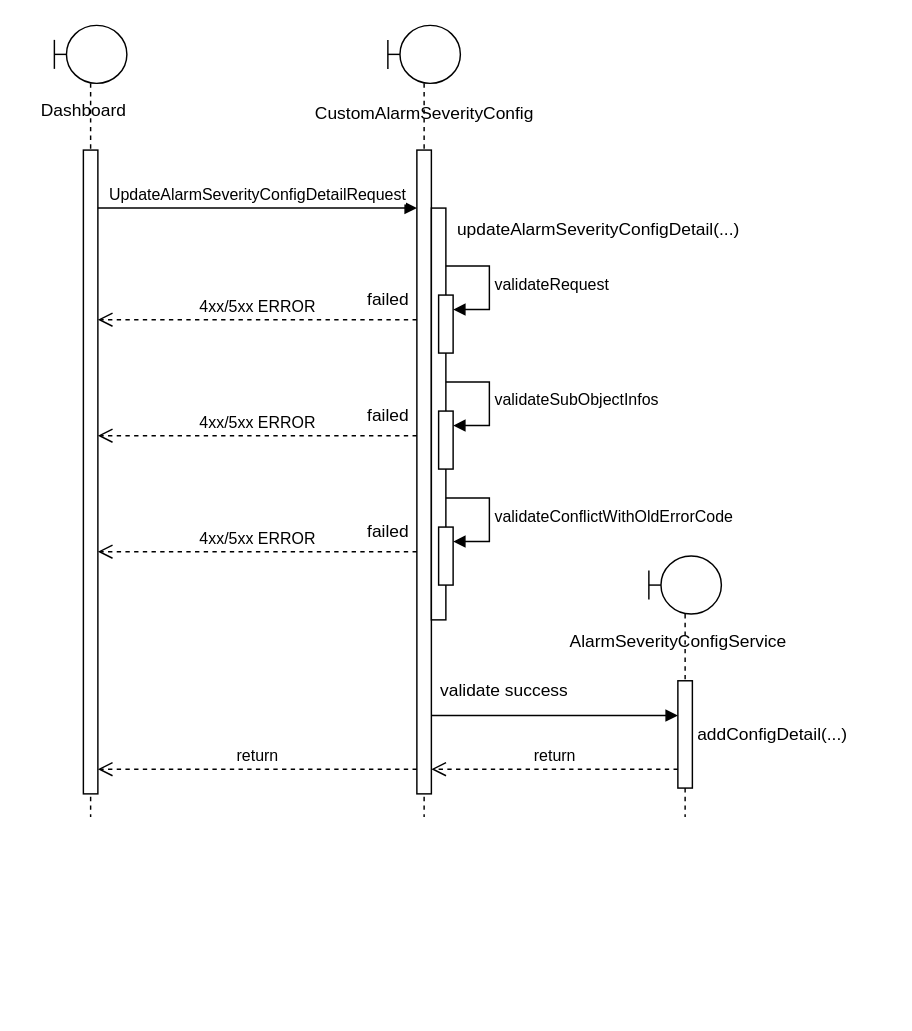
Earlier version of the draw.io diagram page "Sửa cấu hình" (4 of 5) of change_alarm_severity.drawio (hiep1097/drawio). Source tidied: cells renumbered, new cells numbered last; positions are measured from the earlier drawing's top-left corner, leaving out a move shared by most shapes. Both pictures are drawn from the tidied source at 145%, with x=0, y=0 at pixel (25, 25).
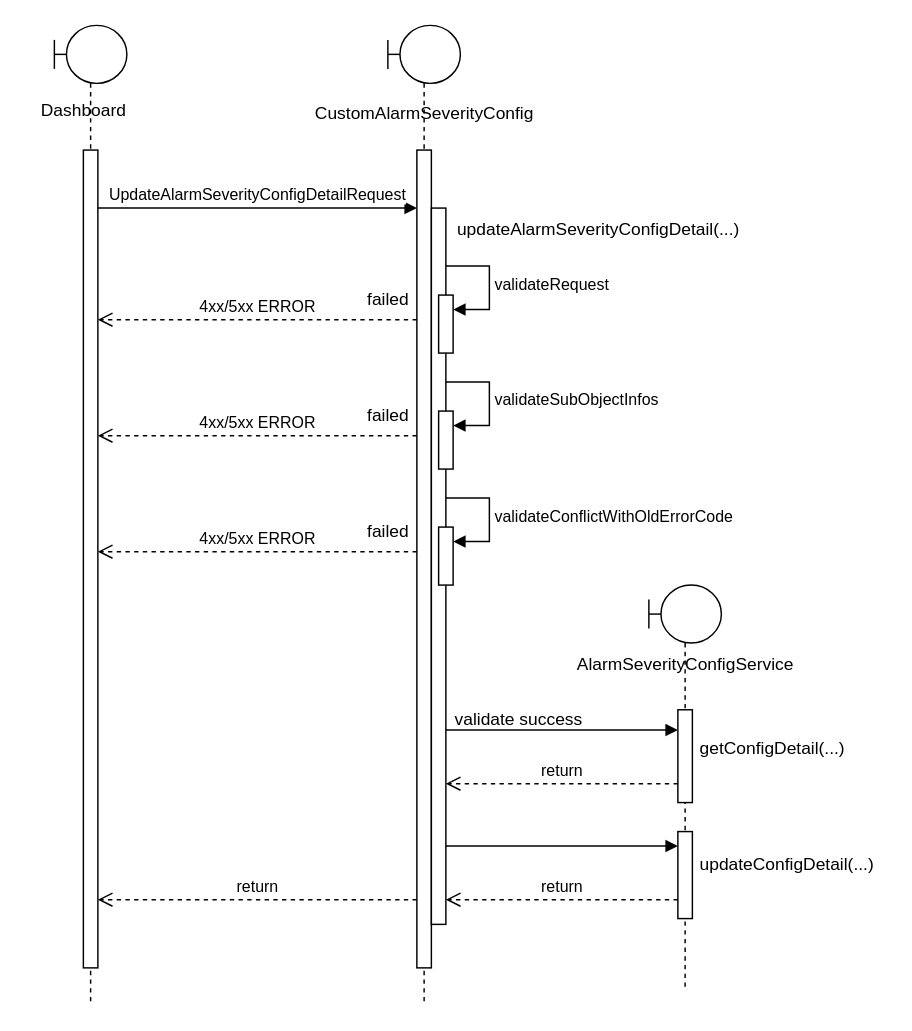
Above is the later version.

What changed in the source:
```diff
@@
     <mxCell id="2" style="shape=umlLifeline;perimeter=lifelinePerimeter;whiteSpace=wrap;html=1;newEdgeStyle={&quot;edgeStyle&quot;:&quot;elbowEdgeStyle&quot;,&quot;elbow&quot;:&quot;vertical&quot;,&quot;curved&quot;:0,&quot;rounded&quot;:0};participant=umlBoundary;" parent="1" vertex="1">
-      <mxGeometry x="250" width="50" height="546" as="geometry" />
+      <mxGeometry x="250" width="50" height="676" as="geometry" />
     </mxCell>
     <mxCell id="3" style="html=1;points=[];perimeter=orthogonalPerimeter;outlineConnect=0;targetShapes=umlLifeline;portConstraint=eastwest;newEdgeStyle={&quot;edgeStyle&quot;:&quot;elbowEdgeStyle&quot;,&quot;elbow&quot;:&quot;vertical&quot;,&quot;curved&quot;:0,&quot;rounded&quot;:0};" parent="2" vertex="1">
-      <mxGeometry x="20" y="86" width="10" height="444" as="geometry" />
+      <mxGeometry x="20" y="86" width="10" height="564" as="geometry" />
     </mxCell>
     <mxCell id="4" style="html=1;points=[];perimeter=orthogonalPerimeter;outlineConnect=0;targetShapes=umlLifeline;portConstraint=eastwest;newEdgeStyle={&quot;edgeStyle&quot;:&quot;elbowEdgeStyle&quot;,&quot;elbow&quot;:&quot;vertical&quot;,&quot;curved&quot;:0,&quot;rounded&quot;:0};" parent="2" vertex="1">
-      <mxGeometry x="30" y="126" width="10" height="284" as="geometry" />
+      <mxGeometry x="30" y="126" width="10" height="494" as="geometry" />
     </mxCell>
@@
     <mxCell id="6" style="shape=umlLifeline;perimeter=lifelinePerimeter;whiteSpace=wrap;html=1;newEdgeStyle={&quot;edgeStyle&quot;:&quot;elbowEdgeStyle&quot;,&quot;elbow&quot;:&quot;vertical&quot;,&quot;curved&quot;:0,&quot;rounded&quot;:0};participant=umlBoundary;" parent="1" vertex="1">
-      <mxGeometry x="20" width="50" height="546" as="geometry" />
+      <mxGeometry x="20" width="50" height="676" as="geometry" />
     </mxCell>
     <mxCell id="7" style="html=1;perimeter=orthogonalPerimeter;targetShapes=umlLifeline;newEdgeStyle={&quot;edgeStyle&quot;:&quot;elbowEdgeStyle&quot;,&quot;elbow&quot;:&quot;vertical&quot;,&quot;curved&quot;:0,&quot;rounded&quot;:0};" parent="6" vertex="1">
-      <mxGeometry x="20" y="86" width="10" height="444" as="geometry" />
+      <mxGeometry x="20" y="86" width="10" height="564" as="geometry" />
     </mxCell>
@@
     <mxCell id="11" value="return" style="html=1;verticalAlign=bottom;endArrow=open;dashed=1;endSize=8;edgeStyle=elbowEdgeStyle;elbow=vertical;curved=0;rounded=0;" parent="1" edge="1">
       <mxGeometry relative="1" as="geometry">
-        <mxPoint x="270" y="513" as="sourcePoint" />
-        <mxPoint x="50" y="513" as="targetPoint" />
+        <mxPoint x="270" y="603" as="sourcePoint" />
+        <mxPoint x="50" y="603" as="targetPoint" />
       </mxGeometry>
     </mxCell>
@@
     <mxCell id="18" style="shape=umlLifeline;perimeter=lifelinePerimeter;whiteSpace=wrap;html=1;newEdgeStyle={&quot;edgeStyle&quot;:&quot;elbowEdgeStyle&quot;,&quot;elbow&quot;:&quot;vertical&quot;,&quot;curved&quot;:0,&quot;rounded&quot;:0};participant=umlBoundary;" parent="1" vertex="1">
-      <mxGeometry x="430" y="366" width="50" height="180" as="geometry" />
+      <mxGeometry x="430" y="386" width="50" height="280" as="geometry" />
     </mxCell>
     <mxCell id="19" style="html=1;points=[];perimeter=orthogonalPerimeter;outlineConnect=0;targetShapes=umlLifeline;portConstraint=eastwest;newEdgeStyle={&quot;edgeStyle&quot;:&quot;elbowEdgeStyle&quot;,&quot;elbow&quot;:&quot;vertical&quot;,&quot;curved&quot;:0,&quot;rounded&quot;:0};" parent="18" vertex="1">
-      <mxGeometry x="20" y="86" width="10" height="74" as="geometry" />
+      <mxGeometry x="20" y="170" width="10" height="60" as="geometry" />
     </mxCell>
     <mxCell id="20" value="AlarmSeverityConfigService" style="text;html=1;align=center;verticalAlign=middle;strokeColor=none;fillColor=none;" parent="1" vertex="1">
-      <mxGeometry x="365" y="410" width="170" height="30" as="geometry" />
+      <mxGeometry x="370" y="426" width="170" height="30" as="geometry" />
     </mxCell>
-    <mxCell id="21" style="html=1;verticalAlign=bottom;endArrow=block;edgeStyle=elbowEdgeStyle;elbow=vertical;curved=0;rounded=0;" parent="1" edge="1" target="19">
+    <mxCell id="21" style="html=1;verticalAlign=bottom;endArrow=block;edgeStyle=elbowEdgeStyle;elbow=vertical;curved=0;rounded=0;" parent="1" edge="1">
       <mxGeometry relative="1" as="geometry">
-        <mxPoint x="280" y="476" as="sourcePoint" />
+        <mxPoint x="290" y="566" as="sourcePoint" />
+        <mxPoint x="450" y="566" as="targetPoint" />
       </mxGeometry>
     </mxCell>
-    <mxCell id="22" value="addConfigDetail(...)" style="text;html=1;align=center;verticalAlign=middle;strokeColor=none;fillColor=none;" parent="1" vertex="1">
-      <mxGeometry x="450" y="474" width="130" height="30" as="geometry" />
+    <mxCell id="22" value="updateConfigDetail(...)" style="text;html=1;align=center;verticalAlign=middle;strokeColor=none;fillColor=none;" parent="1" vertex="1">
+      <mxGeometry x="455" y="564" width="140" height="30" as="geometry" />
     </mxCell>
-    <mxCell id="23" value="return" style="html=1;verticalAlign=bottom;endArrow=open;dashed=1;endSize=8;edgeStyle=elbowEdgeStyle;elbow=vertical;curved=0;rounded=0;" parent="1" edge="1" target="3">
+    <mxCell id="23" value="return" style="html=1;verticalAlign=bottom;endArrow=open;dashed=1;endSize=8;edgeStyle=elbowEdgeStyle;elbow=vertical;curved=0;rounded=0;" parent="1" edge="1" target="4">
       <mxGeometry relative="1" as="geometry">
-        <mxPoint x="450" y="513" as="sourcePoint" />
+        <mxPoint x="450" y="603" as="sourcePoint" />
       </mxGeometry>
     </mxCell>
@@
+    <mxCell id="31" style="html=1;verticalAlign=bottom;endArrow=block;edgeStyle=elbowEdgeStyle;elbow=vertical;curved=0;rounded=0;" parent="1" edge="1" source="4">
+      <mxGeometry relative="1" as="geometry">
+        <mxPoint x="450" y="486" as="targetPoint" />
+      </mxGeometry>
+    </mxCell>
+    <mxCell id="32" value="getConfigDetail(...)" style="text;html=1;align=center;verticalAlign=middle;strokeColor=none;fillColor=none;" parent="1" vertex="1">
+      <mxGeometry x="455" y="484" width="120" height="30" as="geometry" />
+    </mxCell>
+    <mxCell id="33" value="return" style="html=1;verticalAlign=bottom;endArrow=open;dashed=1;endSize=8;edgeStyle=elbowEdgeStyle;elbow=vertical;curved=0;rounded=0;" parent="1" edge="1" target="4">
+      <mxGeometry relative="1" as="geometry">
+        <mxPoint x="450" y="523" as="sourcePoint" />
+      </mxGeometry>
+    </mxCell>
     <mxCell id="30" value="validate success" style="text;html=1;align=center;verticalAlign=middle;strokeColor=none;fillColor=none;" parent="1" vertex="1">
-      <mxGeometry x="275" y="444" width="110" height="30" as="geometry" />
+      <mxGeometry x="285" y="464" width="110" height="30" as="geometry" />
     </mxCell>
+    <mxCell id="34" style="html=1;perimeter=orthogonalPerimeter;targetShapes=umlLifeline;newEdgeStyle={&quot;edgeStyle&quot;:&quot;elbowEdgeStyle&quot;,&quot;elbow&quot;:&quot;vertical&quot;,&quot;curved&quot;:0,&quot;rounded&quot;:0};" parent="1" vertex="1">
+      <mxGeometry x="450" y="472" width="10" height="64" as="geometry" />
+    </mxCell>
```
